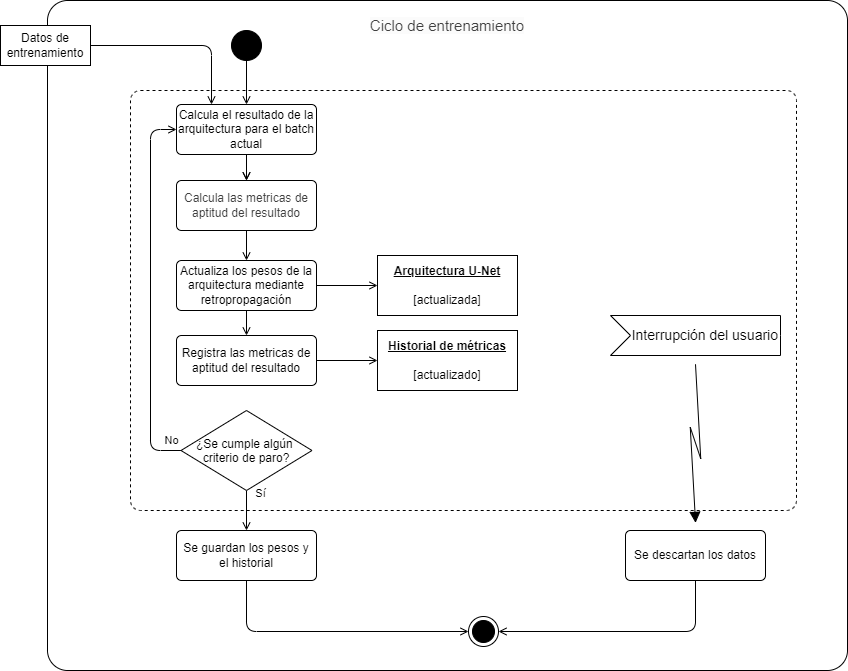
TT-NAS/NAS keeps this draw.io diagram as diagramas/actividades/Ciclo de entrenamiento.drawio.png. Above is the earlier version. Source tidied: cells renumbered, new cells last; positions are measured from the earlier drawing's top-left corner, leaving out a move shared by most shapes.
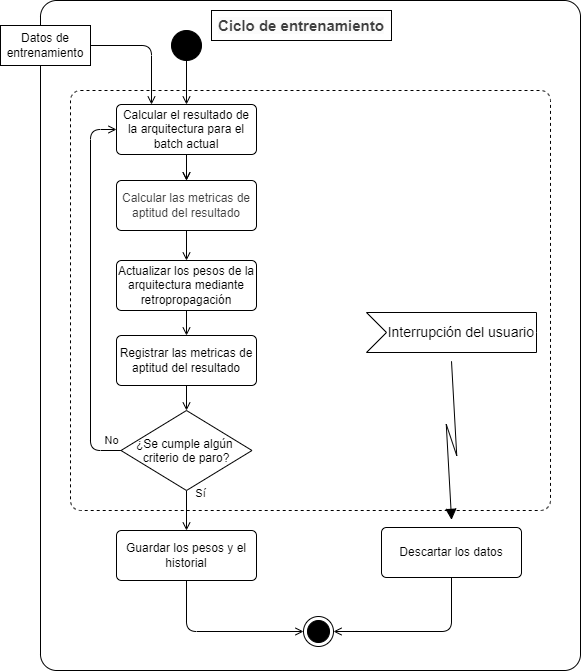
The same diagram one commit later.

Change to the diagram source:
```diff
@@ -1,50 +1,44 @@
-<mxGraphModel>
+<mxGraphModel background="#ffffff">
   <root>
     <mxCell id="0" />
     <mxCell id="1" parent="0" />
-    <mxCell id="2" style="rounded=1;whiteSpace=wrap;html=1;arcSize=3;" parent="1" vertex="1">
-      <mxGeometry x="47" width="800" height="670" as="geometry" />
+    <mxCell id="2" style="rounded=1;whiteSpace=wrap;html=1;arcSize=3;strokeColor=#000000;" parent="1" vertex="1">
+      <mxGeometry x="100" width="540" height="670" as="geometry" />
     </mxCell>
-    <mxCell id="3" style="html=1;align=center;verticalAlign=top;rounded=1;absoluteArcSize=1;arcSize=20;dashed=1;whiteSpace=wrap;" parent="1" vertex="1">
-      <mxGeometry x="130" y="90" width="666" height="420" as="geometry" />
+    <mxCell id="3" style="html=1;align=center;verticalAlign=top;rounded=1;absoluteArcSize=1;arcSize=20;dashed=1;whiteSpace=wrap;strokeColor=#000000;" parent="1" vertex="1">
+      <mxGeometry x="130" y="90" width="480" height="420" as="geometry" />
     </mxCell>
-    <mxCell id="4" style="ellipse;html=1;shape=endState;fillColor=strokeColor;fontFamily=Helvetica;fontSize=11;fontColor=default;labelBackgroundColor=default;" parent="1" vertex="1">
-      <mxGeometry x="468" y="616" width="30" height="30" as="geometry" />
+    <mxCell id="4" style="ellipse;html=1;shape=endState;fillColor=strokeColor;fontFamily=Helvetica;fontSize=11;fontColor=default;labelBackgroundColor=default;strokeColor=#000000;" parent="1" vertex="1">
+      <mxGeometry x="363" y="616" width="30" height="30" as="geometry" />
     </mxCell>
-    <mxCell id="5" style="edgeStyle=orthogonalEdgeStyle;shape=connector;rounded=1;html=1;exitX=0.5;exitY=1;exitDx=0;exitDy=0;entryX=0.5;entryY=0;entryDx=0;entryDy=0;strokeColor=default;align=center;verticalAlign=middle;fontFamily=Helvetica;fontSize=11;fontColor=default;labelBackgroundColor=default;endArrow=open;endFill=0;" parent="1" edge="1" source="7" target="9">
+    <mxCell id="5" style="edgeStyle=orthogonalEdgeStyle;shape=connector;rounded=1;html=1;exitX=0.5;exitY=1;exitDx=0;exitDy=0;entryX=0.5;entryY=0;entryDx=0;entryDy=0;strokeColor=#000000;align=center;verticalAlign=middle;fontFamily=Helvetica;fontSize=11;fontColor=default;labelBackgroundColor=default;endArrow=open;endFill=0;" parent="1" edge="1" source="7" target="9">
       <mxGeometry relative="1" as="geometry" />
     </mxCell>
-    <mxCell id="6" style="edgeStyle=orthogonalEdgeStyle;shape=connector;rounded=1;html=1;exitX=0.5;exitY=1;exitDx=0;exitDy=0;entryX=0.5;entryY=0;entryDx=0;entryDy=0;strokeColor=default;align=center;verticalAlign=middle;fontFamily=Helvetica;fontSize=11;fontColor=default;labelBackgroundColor=default;endArrow=open;endFill=0;" parent="1" edge="1" source="7" target="9">
+    <mxCell id="6" style="edgeStyle=orthogonalEdgeStyle;shape=connector;rounded=1;html=1;exitX=0.5;exitY=1;exitDx=0;exitDy=0;entryX=0.5;entryY=0;entryDx=0;entryDy=0;strokeColor=#000000;align=center;verticalAlign=middle;fontFamily=Helvetica;fontSize=11;fontColor=default;labelBackgroundColor=default;endArrow=open;endFill=0;" parent="1" edge="1" source="7" target="9">
       <mxGeometry relative="1" as="geometry" />
     </mxCell>
-    <mxCell id="7" value="&lt;div&gt;Calcula el resultado de la arquitectura para el batch actual&lt;/div&gt;" style="html=1;align=center;verticalAlign=middle;rounded=1;absoluteArcSize=1;arcSize=10;dashed=0;whiteSpace=wrap;" parent="1" vertex="1">
+    <mxCell id="7" value="&lt;div&gt;Calcular el resultado de la arquitectura para el batch actual&lt;/div&gt;" style="html=1;align=center;verticalAlign=middle;rounded=1;absoluteArcSize=1;arcSize=10;dashed=0;whiteSpace=wrap;strokeColor=#000000;" parent="1" vertex="1">
       <mxGeometry x="176" y="104" width="140" height="50" as="geometry" />
     </mxCell>
-    <mxCell id="8" style="edgeStyle=orthogonalEdgeStyle;shape=connector;rounded=1;html=1;exitX=0.5;exitY=1;exitDx=0;exitDy=0;entryX=0.5;entryY=0;entryDx=0;entryDy=0;strokeColor=default;align=center;verticalAlign=middle;fontFamily=Helvetica;fontSize=11;fontColor=default;labelBackgroundColor=default;endArrow=open;endFill=0;" parent="1" edge="1" source="9" target="12">
+    <mxCell id="8" style="edgeStyle=orthogonalEdgeStyle;shape=connector;rounded=1;html=1;exitX=0.5;exitY=1;exitDx=0;exitDy=0;entryX=0.5;entryY=0;entryDx=0;entryDy=0;strokeColor=#000000;align=center;verticalAlign=middle;fontFamily=Helvetica;fontSize=11;fontColor=default;labelBackgroundColor=default;endArrow=open;endFill=0;" parent="1" edge="1" source="9" target="12">
       <mxGeometry relative="1" as="geometry" />
     </mxCell>
-    <mxCell id="9" value="&lt;span style=&quot;color: rgb(63, 63, 63);&quot;&gt;Calcula las metricas de aptitud del resultado&lt;/span&gt;" style="html=1;align=center;verticalAlign=middle;rounded=1;absoluteArcSize=1;arcSize=10;dashed=0;whiteSpace=wrap;" parent="1" vertex="1">
+    <mxCell id="9" value="&lt;span style=&quot;color: rgb(63, 63, 63);&quot;&gt;Calcular las metricas de aptitud del resultado&lt;/span&gt;" style="html=1;align=center;verticalAlign=middle;rounded=1;absoluteArcSize=1;arcSize=10;dashed=0;whiteSpace=wrap;strokeColor=#000000;" parent="1" vertex="1">
       <mxGeometry x="176" y="180" width="140" height="50" as="geometry" />
     </mxCell>
-    <mxCell id="10" style="edgeStyle=orthogonalEdgeStyle;shape=connector;rounded=1;html=1;exitX=0.5;exitY=1;exitDx=0;exitDy=0;entryX=0.5;entryY=0;entryDx=0;entryDy=0;strokeColor=default;align=center;verticalAlign=middle;fontFamily=Helvetica;fontSize=11;fontColor=default;labelBackgroundColor=default;endArrow=open;endFill=0;" parent="1" edge="1" source="12" target="14">
+    <mxCell id="10" style="edgeStyle=orthogonalEdgeStyle;shape=connector;rounded=1;html=1;exitX=0.5;exitY=1;exitDx=0;exitDy=0;entryX=0.5;entryY=0;entryDx=0;entryDy=0;strokeColor=#000000;align=center;verticalAlign=middle;fontFamily=Helvetica;fontSize=11;fontColor=default;labelBackgroundColor=default;endArrow=open;endFill=0;" parent="1" edge="1" source="12" target="14">
       <mxGeometry relative="1" as="geometry" />
     </mxCell>
-    <mxCell id="11" style="edgeStyle=orthogonalEdgeStyle;shape=connector;rounded=1;html=1;exitX=1;exitY=0.5;exitDx=0;exitDy=0;entryX=0;entryY=0.5;entryDx=0;entryDy=0;strokeColor=default;align=center;verticalAlign=middle;fontFamily=Helvetica;fontSize=11;fontColor=default;labelBackgroundColor=default;endArrow=open;endFill=0;" parent="1" edge="1" source="12" target="20">
-      <mxGeometry relative="1" as="geometry" />
-    </mxCell>
-    <mxCell id="12" value="&lt;div&gt;Actualiza los pesos de la arquitectura mediante retropropagación&lt;/div&gt;" style="html=1;align=center;verticalAlign=middle;rounded=1;absoluteArcSize=1;arcSize=10;dashed=0;whiteSpace=wrap;" parent="1" vertex="1">
+    <mxCell id="12" value="&lt;div&gt;Actualizar los pesos de la arquitectura mediante retropropagación&lt;/div&gt;" style="html=1;align=center;verticalAlign=middle;rounded=1;absoluteArcSize=1;arcSize=10;dashed=0;whiteSpace=wrap;strokeColor=#000000;" parent="1" vertex="1">
       <mxGeometry x="176" y="260" width="140" height="50" as="geometry" />
     </mxCell>
-    <mxCell id="13" style="edgeStyle=orthogonalEdgeStyle;shape=connector;rounded=1;html=1;exitX=1;exitY=0.5;exitDx=0;exitDy=0;entryX=0;entryY=0.5;entryDx=0;entryDy=0;strokeColor=default;align=center;verticalAlign=middle;fontFamily=Helvetica;fontSize=11;fontColor=default;labelBackgroundColor=default;endArrow=open;endFill=0;" parent="1" edge="1" source="14" target="15">
-      <mxGeometry relative="1" as="geometry" />
-    </mxCell>
+    <mxCell id="31" style="edgeStyle=none;html=1;exitX=0.5;exitY=1;exitDx=0;exitDy=0;entryX=0.5;entryY=0;entryDx=0;entryDy=0;endArrow=open;endFill=0;strokeColor=#000000;" parent="1" edge="1" source="14" target="18">
+      <mxGeometry relative="1" as="geometry" />
+    </mxCell>
-    <mxCell id="14" value="&lt;div&gt;Registra las metricas de aptitud del resultado&lt;/div&gt;" style="html=1;align=center;verticalAlign=middle;rounded=1;absoluteArcSize=1;arcSize=10;dashed=0;whiteSpace=wrap;" parent="1" vertex="1">
+    <mxCell id="14" value="&lt;div&gt;Registrar las metricas de aptitud del resultado&lt;/div&gt;" style="html=1;align=center;verticalAlign=middle;rounded=1;absoluteArcSize=1;arcSize=10;dashed=0;whiteSpace=wrap;strokeColor=#000000;" parent="1" vertex="1">
       <mxGeometry x="176" y="335" width="140" height="50" as="geometry" />
     </mxCell>
-    <mxCell id="15" value="&lt;b&gt;&lt;u&gt;Historial de métricas&lt;/u&gt;&lt;/b&gt;&lt;div&gt;&lt;span style=&quot;background-color: transparent;&quot;&gt;&lt;br&gt;&lt;/span&gt;&lt;/div&gt;&lt;div&gt;&lt;span style=&quot;background-color: transparent;&quot;&gt;[actualizado]&lt;/span&gt;&lt;/div&gt;" style="html=1;align=center;verticalAlign=middle;rounded=0;absoluteArcSize=1;arcSize=10;dashed=0;whiteSpace=wrap;" parent="1" vertex="1">
-      <mxGeometry x="377" y="330" width="140" height="60" as="geometry" />
-    </mxCell>
-    <mxCell id="16" value="No" style="edgeStyle=orthogonalEdgeStyle;shape=connector;rounded=1;html=1;exitX=0;exitY=0.5;exitDx=0;exitDy=0;entryX=0;entryY=0.5;entryDx=0;entryDy=0;strokeColor=default;align=center;verticalAlign=middle;fontFamily=Helvetica;fontSize=11;fontColor=default;labelBackgroundColor=default;endArrow=open;endFill=0;" parent="1" edge="1" source="18" target="7">
+    <mxCell id="16" value="No" style="edgeStyle=orthogonalEdgeStyle;shape=connector;rounded=1;html=1;exitX=0;exitY=0.5;exitDx=0;exitDy=0;entryX=0;entryY=0.5;entryDx=0;entryDy=0;strokeColor=#000000;align=center;verticalAlign=middle;fontFamily=Helvetica;fontSize=11;fontColor=default;labelBackgroundColor=default;endArrow=open;endFill=0;" parent="1" edge="1" source="18" target="7">
       <mxGeometry x="-0.94" y="-10" relative="1" as="geometry">
         <Array as="points">
           <mxPoint x="150" y="450" />
@@ -52,47 +46,44 @@
         </Array>
       </mxGeometry>
     </mxCell>
-    <mxCell id="17" value="Sí" style="edgeStyle=orthogonalEdgeStyle;shape=connector;rounded=1;html=1;exitX=0.5;exitY=1;exitDx=0;exitDy=0;strokeColor=default;align=center;verticalAlign=middle;fontFamily=Helvetica;fontSize=11;fontColor=default;labelBackgroundColor=default;endArrow=open;endFill=0;entryX=0.5;entryY=0;entryDx=0;entryDy=0;" parent="1" edge="1" source="18" target="22">
+    <mxCell id="17" value="Sí" style="edgeStyle=orthogonalEdgeStyle;shape=connector;rounded=1;html=1;exitX=0.5;exitY=1;exitDx=0;exitDy=0;strokeColor=#000000;align=center;verticalAlign=middle;fontFamily=Helvetica;fontSize=11;fontColor=default;labelBackgroundColor=default;endArrow=open;endFill=0;entryX=0.5;entryY=0;entryDx=0;entryDy=0;" parent="1" edge="1" source="18" target="22">
       <mxGeometry x="-0.83" y="14" relative="1" as="geometry" />
     </mxCell>
-    <mxCell id="18" value="¿Se cumple algún &#10;criterio de paro?" style="rhombus;" parent="1" vertex="1">
+    <mxCell id="18" value="¿Se cumple algún &#10;criterio de paro?" style="rhombus;strokeColor=#000000;" parent="1" vertex="1">
       <mxGeometry x="180.5" y="410" width="131" height="80" as="geometry" />
     </mxCell>
-    <mxCell id="19" value="&amp;nbsp;Interrupción del usuario" style="html=1;shape=mxgraph.infographic.ribbonSimple;notch1=20;notch2=0;align=right;verticalAlign=middle;fontSize=14;fontStyle=0;fillColor=#FFFFFF;flipH=0;spacingRight=0;spacingLeft=14;whiteSpace=wrap;" parent="1" vertex="1">
-      <mxGeometry x="610" y="315" width="170" height="40" as="geometry" />
+    <mxCell id="19" value="&amp;nbsp;Interrupción del usuario" style="html=1;shape=mxgraph.infographic.ribbonSimple;notch1=20;notch2=0;align=right;verticalAlign=middle;fontSize=14;fontStyle=0;fillColor=#FFFFFF;flipH=0;spacingRight=0;spacingLeft=14;whiteSpace=wrap;strokeColor=#000000;" parent="1" vertex="1">
+      <mxGeometry x="426" y="312" width="170" height="40" as="geometry" />
     </mxCell>
-    <mxCell id="20" value="&lt;b&gt;&lt;u&gt;Arquitectura U-Net&lt;/u&gt;&lt;/b&gt;&lt;div&gt;&lt;span style=&quot;background-color: transparent;&quot;&gt;&lt;br&gt;&lt;/span&gt;&lt;/div&gt;&lt;div&gt;&lt;span style=&quot;background-color: transparent;&quot;&gt;[actualizada]&lt;/span&gt;&lt;/div&gt;" style="html=1;align=center;verticalAlign=middle;rounded=0;absoluteArcSize=1;arcSize=10;dashed=0;whiteSpace=wrap;" parent="1" vertex="1">
-      <mxGeometry x="377" y="255" width="140" height="60" as="geometry" />
-    </mxCell>
-    <mxCell id="21" style="edgeStyle=orthogonalEdgeStyle;shape=connector;rounded=1;html=1;exitX=0.5;exitY=1;exitDx=0;exitDy=0;entryX=0;entryY=0.5;entryDx=0;entryDy=0;strokeColor=default;align=center;verticalAlign=middle;fontFamily=Helvetica;fontSize=11;fontColor=default;labelBackgroundColor=default;endArrow=open;endFill=0;" parent="1" edge="1" source="22" target="4">
+    <mxCell id="21" style="edgeStyle=orthogonalEdgeStyle;shape=connector;rounded=1;html=1;exitX=0.5;exitY=1;exitDx=0;exitDy=0;entryX=0;entryY=0.5;entryDx=0;entryDy=0;strokeColor=#000000;align=center;verticalAlign=middle;fontFamily=Helvetica;fontSize=11;fontColor=default;labelBackgroundColor=default;endArrow=open;endFill=0;" parent="1" edge="1" source="22" target="4">
       <mxGeometry relative="1" as="geometry" />
     </mxCell>
-    <mxCell id="22" value="Se guardan los pesos y el historial" style="html=1;align=center;verticalAlign=middle;rounded=1;absoluteArcSize=1;arcSize=10;dashed=0;whiteSpace=wrap;" parent="1" vertex="1">
+    <mxCell id="22" value="Guardar los pesos y el historial" style="html=1;align=center;verticalAlign=middle;rounded=1;absoluteArcSize=1;arcSize=10;dashed=0;whiteSpace=wrap;strokeColor=#000000;" parent="1" vertex="1">
       <mxGeometry x="176" y="530" width="140" height="50" as="geometry" />
     </mxCell>
-    <mxCell id="23" style="shape=mxgraph.lean_mapping.electronic_info_flow_edge;html=1;exitX=0;exitY=0;exitDx=85;exitDy=40;entryX=0.5;entryY=0;entryDx=0;entryDy=0;exitPerimeter=0;" parent="1" edge="1" source="19" target="25">
+    <mxCell id="23" style="shape=mxgraph.lean_mapping.electronic_info_flow_edge;html=1;exitX=0;exitY=0;exitDx=85;exitDy=40;entryX=0.5;entryY=0;entryDx=0;entryDy=0;exitPerimeter=0;strokeColor=#000000;" parent="1" edge="1" source="19" target="25">
       <mxGeometry relative="1" as="geometry" />
     </mxCell>
-    <mxCell id="24" style="edgeStyle=orthogonalEdgeStyle;shape=connector;rounded=1;html=1;exitX=0.5;exitY=1;exitDx=0;exitDy=0;entryX=1;entryY=0.5;entryDx=0;entryDy=0;strokeColor=default;align=center;verticalAlign=middle;fontFamily=Helvetica;fontSize=11;fontColor=default;labelBackgroundColor=default;endArrow=open;endFill=0;" parent="1" edge="1" source="25" target="4">
+    <mxCell id="24" style="edgeStyle=orthogonalEdgeStyle;shape=connector;rounded=1;html=1;exitX=0.5;exitY=1;exitDx=0;exitDy=0;entryX=1;entryY=0.5;entryDx=0;entryDy=0;strokeColor=#000000;align=center;verticalAlign=middle;fontFamily=Helvetica;fontSize=11;fontColor=default;labelBackgroundColor=default;endArrow=open;endFill=0;" parent="1" edge="1" source="25" target="4">
       <mxGeometry relative="1" as="geometry" />
     </mxCell>
-    <mxCell id="25" value="Se descartan los datos" style="html=1;align=center;verticalAlign=middle;rounded=1;absoluteArcSize=1;arcSize=10;dashed=0;whiteSpace=wrap;" parent="1" vertex="1">
-      <mxGeometry x="625" y="530" width="140" height="50" as="geometry" />
+    <mxCell id="25" value="Descartar los datos" style="html=1;align=center;verticalAlign=middle;rounded=1;absoluteArcSize=1;arcSize=10;dashed=0;whiteSpace=wrap;strokeColor=#000000;" parent="1" vertex="1">
+      <mxGeometry x="441" y="527" width="140" height="50" as="geometry" />
     </mxCell>
-    <mxCell id="26" style="edgeStyle=none;html=1;exitX=0.5;exitY=1;exitDx=0;exitDy=0;entryX=0.5;entryY=0;entryDx=0;entryDy=0;endArrow=open;endFill=0;" parent="1" edge="1" source="27" target="7">
+    <mxCell id="26" style="edgeStyle=none;html=1;exitX=0.5;exitY=1;exitDx=0;exitDy=0;entryX=0.5;entryY=0;entryDx=0;entryDy=0;endArrow=open;endFill=0;strokeColor=#000000;" parent="1" edge="1" source="27" target="7">
       <mxGeometry relative="1" as="geometry" />
     </mxCell>
-    <mxCell id="27" style="ellipse;fillColor=strokeColor;html=1;" parent="1" vertex="1">
+    <mxCell id="27" style="ellipse;fillColor=strokeColor;html=1;strokeColor=#000000;" parent="1" vertex="1">
       <mxGeometry x="231" y="30" width="30" height="30" as="geometry" />
     </mxCell>
-    <mxCell id="28" value="&lt;span style=&quot;color: rgb(63, 63, 63); font-family: Helvetica; font-style: normal; font-variant-ligatures: normal; font-variant-caps: normal; font-weight: 400; letter-spacing: normal; orphans: 2; text-indent: 0px; text-transform: none; widows: 2; word-spacing: 0px; -webkit-text-stroke-width: 0px; white-space: normal; background-color: rgb(251, 251, 251); text-decoration-thickness: initial; text-decoration-style: initial; text-decoration-color: initial; float: none; display: inline !important;&quot;&gt;Ciclo de entrenamiento&lt;/span&gt;" style="text;whiteSpace=wrap;html=1;fontSize=15;align=center;verticalAlign=middle;" parent="1" vertex="1">
-      <mxGeometry x="357" y="10" width="180" height="30" as="geometry" />
+    <mxCell id="28" value="&lt;span style=&quot;color: rgb(63, 63, 63); font-family: Helvetica; font-style: normal; font-variant-ligatures: normal; font-variant-caps: normal; letter-spacing: normal; orphans: 2; text-indent: 0px; text-transform: none; widows: 2; word-spacing: 0px; -webkit-text-stroke-width: 0px; white-space: normal; background-color: rgb(251, 251, 251); text-decoration-thickness: initial; text-decoration-style: initial; text-decoration-color: initial; float: none; display: inline !important;&quot;&gt;&lt;b&gt;Ciclo de entrenamiento&lt;/b&gt;&lt;/span&gt;" style="text;whiteSpace=wrap;html=1;fontSize=15;align=center;verticalAlign=middle;strokeColor=#000000;" parent="1" vertex="1">
+      <mxGeometry x="271" y="10" width="180" height="30" as="geometry" />
     </mxCell>
-    <mxCell id="29" style="edgeStyle=orthogonalEdgeStyle;html=1;exitX=1;exitY=0.5;exitDx=0;exitDy=0;entryX=0.25;entryY=0;entryDx=0;entryDy=0;endArrow=open;endFill=0;" parent="1" edge="1" source="30" target="7">
+    <mxCell id="29" style="edgeStyle=orthogonalEdgeStyle;html=1;exitX=1;exitY=0.5;exitDx=0;exitDy=0;entryX=0.25;entryY=0;entryDx=0;entryDy=0;endArrow=open;endFill=0;strokeColor=#000000;" parent="1" edge="1" source="30" target="7">
       <mxGeometry relative="1" as="geometry" />
     </mxCell>
-    <mxCell id="30" value="Datos de entrenamiento" style="html=1;align=center;verticalAlign=middle;rounded=0;absoluteArcSize=1;arcSize=10;dashed=0;whiteSpace=wrap;" parent="1" vertex="1">
-      <mxGeometry y="25" width="90" height="40" as="geometry" />
+    <mxCell id="30" value="Datos de entrenamiento" style="html=1;align=center;verticalAlign=middle;rounded=0;absoluteArcSize=1;arcSize=10;dashed=0;whiteSpace=wrap;strokeColor=#000000;" parent="1" vertex="1">
+      <mxGeometry x="60" y="25" width="90" height="40" as="geometry" />
     </mxCell>
   </root>
 </mxGraphModel>
```
